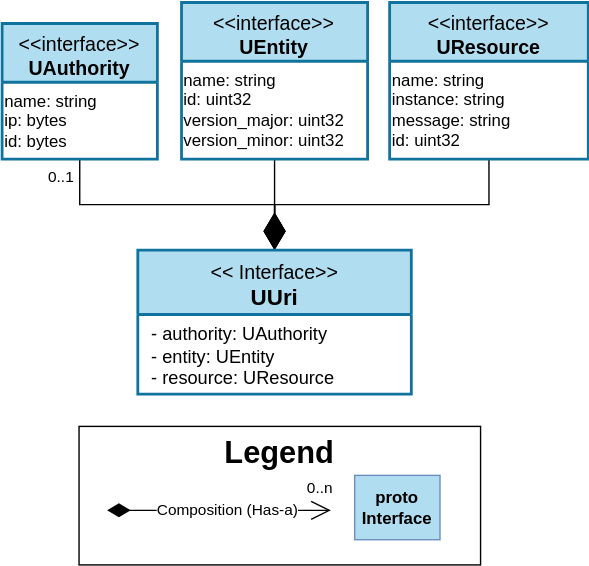
The draw.io diagram basics/uuri.drawio.svg in eclipse-uprotocol/up-spec, before a commit. Source tidied: cells renumbered, new cells last; positions are measured from the earlier drawing's top-left corner, leaving out a move shared by most shapes.
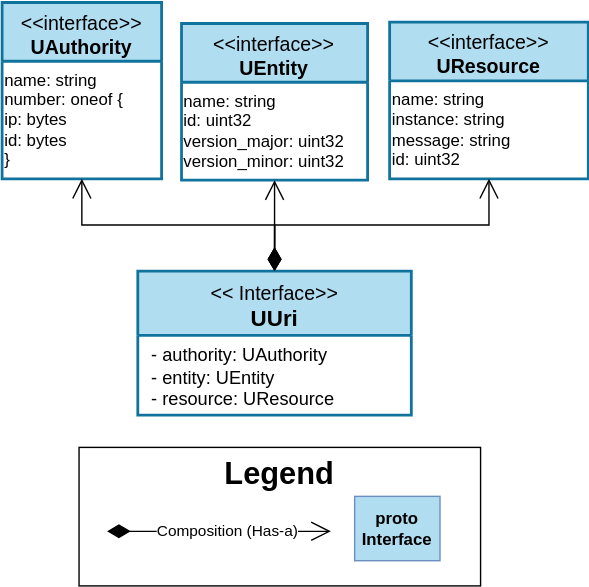
After the commit.

What changed in the source:
```diff
@@ -2,25 +2,11 @@
   <root>
     <mxCell id="0" />
     <mxCell id="1" parent="0" />
-    <mxCell id="2" style="endArrow=diamondThin;endFill=1;endSize=24;html=1;rounded=0;exitX=0.5;exitY=1;exitDx=0;exitDy=0;edgeStyle=orthogonalEdgeStyle;fontColor=#000000;strokeColor=#000000;entryX=0.5;entryY=0;entryDx=0;entryDy=0;" parent="1" edge="1" source="10" target="8">
-      <mxGeometry relative="1" as="geometry" />
-    </mxCell>
-    <mxCell id="3" style="endArrow=diamondThin;endFill=1;endSize=24;html=1;rounded=0;jumpStyle=none;exitX=0.5;exitY=1;exitDx=0;exitDy=0;fontColor=#000000;strokeColor=#000000;edgeStyle=orthogonalEdgeStyle;entryX=0.5;entryY=0;entryDx=0;entryDy=0;" parent="1" edge="1" source="6" target="8">
-      <mxGeometry relative="1" as="geometry" />
-    </mxCell>
-    <mxCell id="4" value="0..1" style="edgeLabel;html=1;align=center;verticalAlign=middle;" parent="3" vertex="1">
-      <mxGeometry x="-0.9" relative="1" as="geometry">
-        <mxPoint x="-14" y="2" as="offset" />
-      </mxGeometry>
-    </mxCell>
-    <mxCell id="5" style="endArrow=diamondThin;endFill=1;endSize=24;html=1;rounded=0;exitX=0.5;exitY=1;exitDx=0;exitDy=0;fontColor=#000000;strokeColor=#000000;edgeStyle=orthogonalEdgeStyle;entryX=0.5;entryY=0;entryDx=0;entryDy=0;" parent="1" edge="1" source="12" target="8">
-      <mxGeometry relative="1" as="geometry" />
-    </mxCell>
     <mxCell id="6" value="&lt;font style=&quot;font-size: 14px;&quot;&gt;&lt;span style=&quot;font-weight: normal;&quot;&gt;&amp;lt;&amp;lt;interface&amp;gt;&amp;gt;&lt;/span&gt;&lt;br&gt;UAuthority&lt;/font&gt;" style="swimlane;fontStyle=1;align=center;verticalAlign=top;horizontal=1;startSize=42;whiteSpace=wrap;html=1;labelBackgroundColor=none;fillColor=#B1DDF0;strokeColor=#10739E;fontColor=#000000;strokeWidth=2;" parent="1" vertex="1">
-      <mxGeometry y="15" width="111" height="97" as="geometry" />
+      <mxGeometry y="-15" width="114" height="126" as="geometry" />
     </mxCell>
-    <mxCell id="7" value="&lt;div style=&quot;&quot;&gt;&lt;span style=&quot;background-color: initial;&quot;&gt;name: string&lt;/span&gt;&lt;br&gt;&lt;/div&gt;&lt;div style=&quot;&quot;&gt;ip: bytes&lt;/div&gt;&lt;div style=&quot;&quot;&gt;id: bytes&lt;/div&gt;" style="text;html=1;align=left;verticalAlign=middle;strokeColor=none;fillColor=none;fontColor=#000000;" parent="6" vertex="1">
-      <mxGeometry y="42" width="111" height="55" as="geometry" />
+    <mxCell id="7" value="&lt;div style=&quot;&quot;&gt;&lt;span style=&quot;background-color: initial;&quot;&gt;name: string&lt;/span&gt;&lt;br&gt;&lt;/div&gt;&lt;div style=&quot;&quot;&gt;number: oneof {&lt;/div&gt;&lt;div style=&quot;&quot;&gt;&amp;nbsp; ip: bytes&lt;/div&gt;&lt;div style=&quot;&quot;&gt;&amp;nbsp; id: bytes&lt;/div&gt;&lt;div style=&quot;&quot;&gt;}&lt;/div&gt;" style="text;html=1;align=left;verticalAlign=middle;strokeColor=none;fillColor=none;fontColor=#000000;" parent="6" vertex="1">
+      <mxGeometry y="42" width="114" height="84" as="geometry" />
     </mxCell>
     <mxCell id="8" value="&lt;font style=&quot;&quot;&gt;&lt;span style=&quot;font-weight: normal;&quot;&gt;&lt;font style=&quot;font-size: 14px;&quot;&gt;&amp;lt;&amp;lt; Interface&amp;gt;&amp;gt;&lt;/font&gt;&lt;/span&gt;&lt;br&gt;&lt;span style=&quot;font-size: 16px;&quot;&gt;UUri&lt;/span&gt;&lt;/font&gt;" style="swimlane;fontStyle=1;align=center;verticalAlign=top;horizontal=1;startSize=46;whiteSpace=wrap;html=1;fillColor=#B1DDF0;strokeColor=#10739e;fontSize=15;strokeWidth=2;fontColor=#000000;" parent="1" vertex="1">
       <mxGeometry x="97" y="177" width="195.5" height="103" as="geometry" />
@@ -35,7 +21,7 @@
       <mxGeometry y="42" width="133" height="70" as="geometry" />
     </mxCell>
     <mxCell id="12" value="&lt;font style=&quot;font-size: 14px;&quot;&gt;&lt;span style=&quot;font-weight: normal;&quot;&gt;&amp;lt;&amp;lt;interface&amp;gt;&amp;gt;&lt;/span&gt;&lt;br&gt;UResource&lt;/font&gt;" style="swimlane;fontStyle=1;align=center;verticalAlign=top;horizontal=1;startSize=42;whiteSpace=wrap;html=1;labelBackgroundColor=none;fillColor=#B1DDF0;strokeColor=#10739E;fontColor=#000000;strokeWidth=2;" parent="1" vertex="1">
-      <mxGeometry x="277" width="142" height="112" as="geometry" />
+      <mxGeometry x="277" y="-1" width="142" height="112" as="geometry" />
     </mxCell>
     <mxCell id="13" value="&lt;div style=&quot;&quot;&gt;name: string&lt;/div&gt;&lt;div style=&quot;&quot;&gt;instance: string&lt;/div&gt;&lt;div style=&quot;&quot;&gt;message: string&lt;/div&gt;&lt;div style=&quot;&quot;&gt;id: uint32&lt;/div&gt;" style="text;html=1;align=left;verticalAlign=middle;strokeColor=none;fillColor=none;fontColor=#000000;" parent="12" vertex="1">
       <mxGeometry y="42" width="142" height="70" as="geometry" />
@@ -55,10 +41,14 @@
     <mxCell id="17" value="Composition (Has-a)" style="edgeLabel;html=1;align=center;verticalAlign=middle;fontColor=#000000;labelBackgroundColor=#FFFFFF;" parent="16" vertex="1">
       <mxGeometry x="0.07" relative="1" as="geometry" />
     </mxCell>
-    <mxCell id="18" value="0..n" style="edgeLabel;html=1;align=center;verticalAlign=middle;" parent="16" vertex="1">
-      <mxGeometry x="0.91" relative="1" as="geometry">
-        <mxPoint x="-1" y="-16" as="offset" />
-      </mxGeometry>
-    </mxCell>
+    <mxCell id="19" style="endArrow=open;html=1;endSize=12;startArrow=diamondThin;startSize=14;startFill=1;edgeStyle=orthogonalEdgeStyle;align=left;verticalAlign=bottom;rounded=0;fontColor=#000000;labelBackgroundColor=#FFFFFF;strokeColor=#000000;exitX=0.5;exitY=0;exitDx=0;exitDy=0;entryX=0.5;entryY=1;entryDx=0;entryDy=0;" parent="1" edge="1" source="8" target="10">
+      <mxGeometry x="-1" y="3" relative="1" as="geometry" />
+    </mxCell>
+    <mxCell id="20" style="endArrow=open;html=1;endSize=12;startArrow=diamondThin;startSize=14;startFill=1;edgeStyle=orthogonalEdgeStyle;align=left;verticalAlign=bottom;rounded=0;fontColor=#000000;labelBackgroundColor=#FFFFFF;strokeColor=#000000;exitX=0.5;exitY=0;exitDx=0;exitDy=0;entryX=0.5;entryY=1;entryDx=0;entryDy=0;" parent="1" edge="1" source="8" target="12">
+      <mxGeometry x="-1" y="3" relative="1" as="geometry" />
+    </mxCell>
+    <mxCell id="21" style="endArrow=open;html=1;endSize=12;startArrow=diamondThin;startSize=14;startFill=1;edgeStyle=orthogonalEdgeStyle;align=left;verticalAlign=bottom;rounded=0;fontColor=#000000;labelBackgroundColor=#FFFFFF;strokeColor=#000000;exitX=0.5;exitY=0;exitDx=0;exitDy=0;entryX=0.5;entryY=1;entryDx=0;entryDy=0;" parent="1" edge="1" source="8" target="6">
+      <mxGeometry x="-1" y="3" relative="1" as="geometry" />
+    </mxCell>
   </root>
 </mxGraphModel>
```
